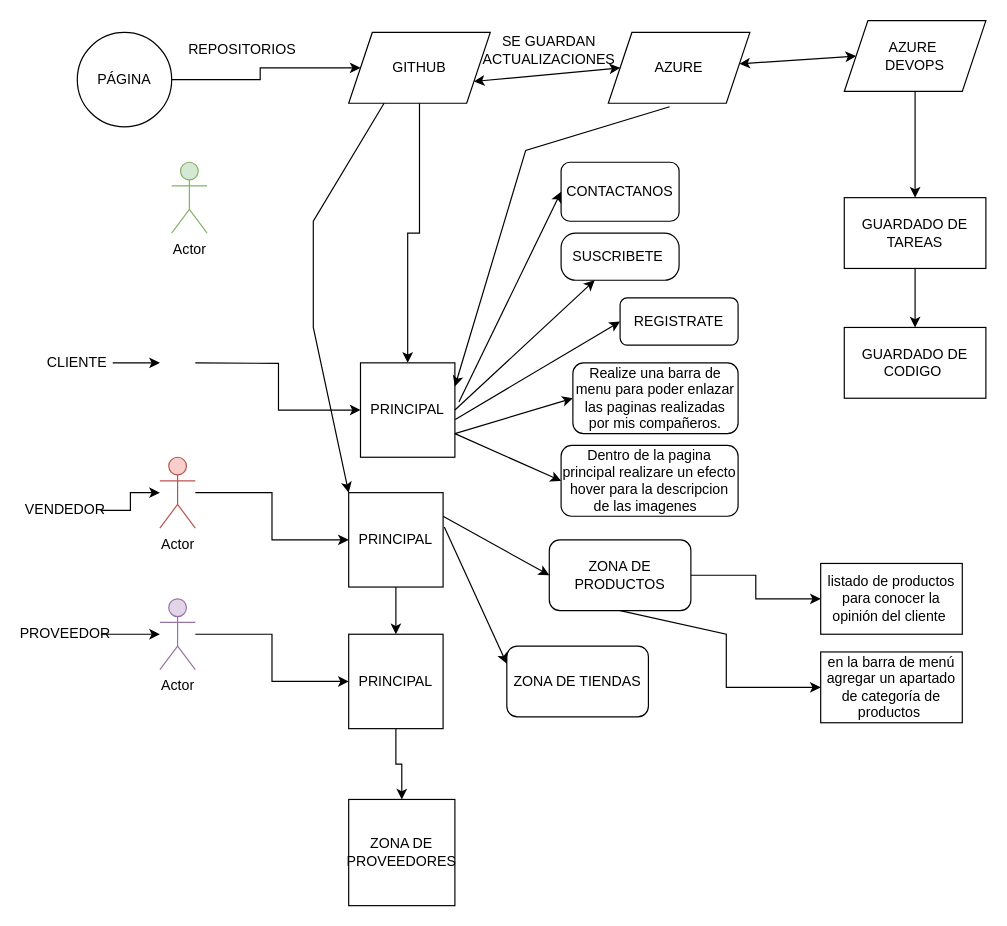
Earlier version of the draw.io diagram Untitled Diagram.drawio (62258553/Dise-o-de-Prueba). Source tidied: cells renumbered, new cells numbered last; positions are measured from the earlier drawing's top-left corner, leaving out a move shared by most shapes. Both pictures are drawn from the tidied source at 118%, with x=0, y=0 at pixel (30, 20).
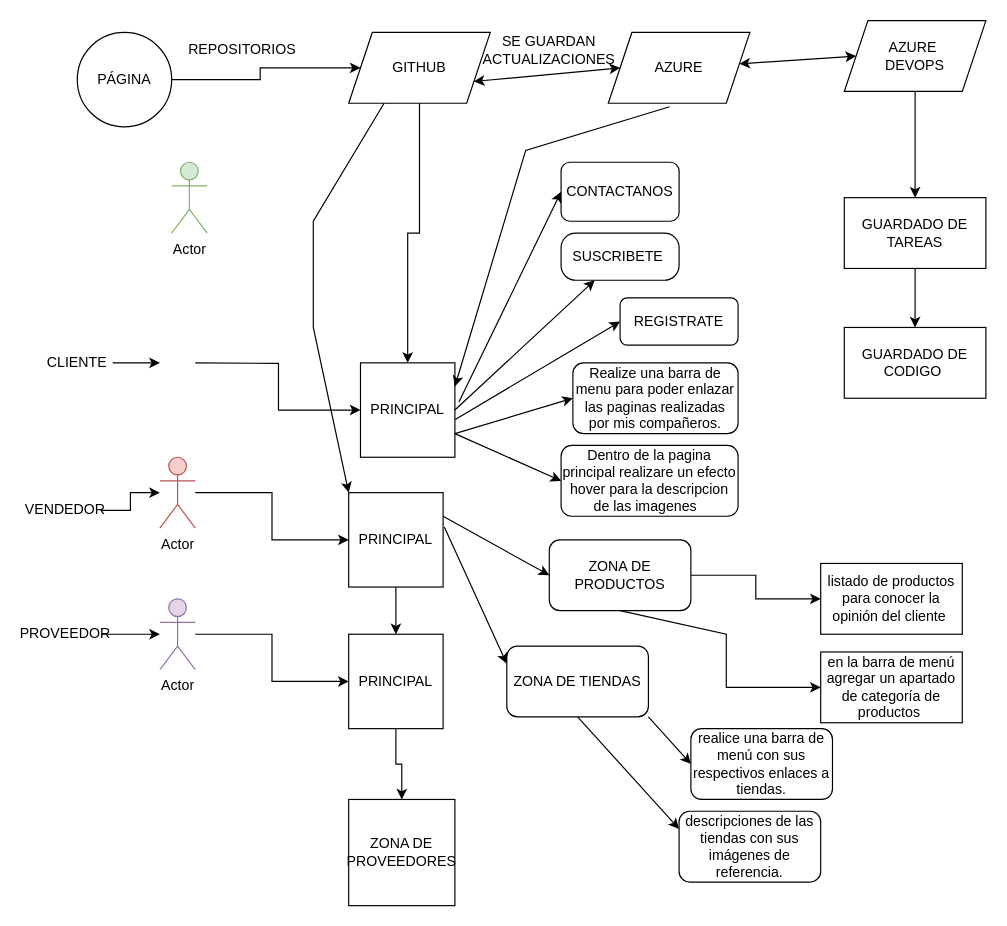
The same diagram, later.

Commit message:
zona de tiendas

Unchanged cells that the change refers to:
```xml
<mxCell id="37" value="ZONA DE TIENDAS" style="rounded=1;whiteSpace=wrap;html=1;" parent="1" vertex="1">
  <mxGeometry x="404" y="530" width="120" height="60" as="geometry" />
</mxCell>
```

Change to the diagram source:
```diff
@@
+    <mxCell id="54" value="realice una barra de menú con sus respectivos enlaces a tiendas." style="rounded=1;whiteSpace=wrap;html=1;" parent="1" vertex="1">
+      <mxGeometry x="560" y="600" width="120" height="60" as="geometry" />
+    </mxCell>
+    <mxCell id="55" style="endArrow=classic;html=1;rounded=0;exitX=1;exitY=1;exitDx=0;exitDy=0;entryX=0;entryY=0.5;entryDx=0;entryDy=0;" parent="1" edge="1" source="37" target="54">
+      <mxGeometry relative="1" as="geometry" />
+    </mxCell>
+    <mxCell id="56" value="descripciones de las tiendas con sus imágenes de referencia." style="rounded=1;whiteSpace=wrap;html=1;" parent="1" vertex="1">
+      <mxGeometry x="550" y="670" width="120" height="60" as="geometry" />
+    </mxCell>
+    <mxCell id="57" style="endArrow=classic;html=1;rounded=0;exitX=0.5;exitY=1;exitDx=0;exitDy=0;entryX=0;entryY=0.25;entryDx=0;entryDy=0;" parent="1" edge="1" source="37" target="56">
+      <mxGeometry relative="1" as="geometry" />
+    </mxCell>
```
